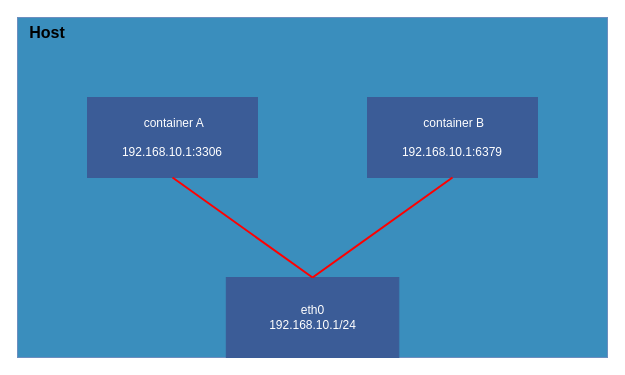
This is page "Host模式" (1 of 4) of drawio/network/Docker网络.drawio from hezhuma/image-repo, a draw.io file, before an edit. Source tidied: cells renumbered, new cells numbered last; positions are measured from the earlier drawing's top-left corner, leaving out a move shared by most shapes. Both pictures are drawn from the tidied source at 100%, with x=0, y=0 at pixel (17, 17). Pictures stored in the file or linked from it are replaced by grey dashed boxes.
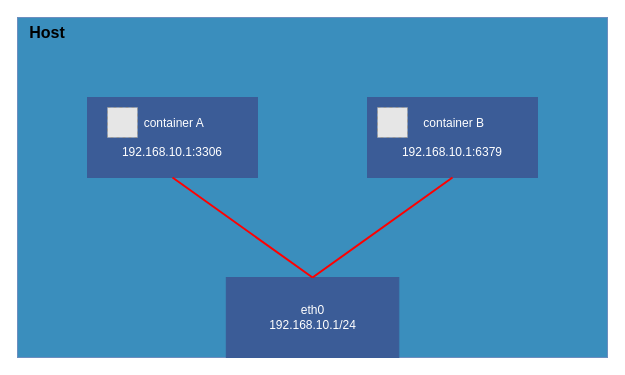
After the change.

Change to the diagram source:
```diff
@@
 <mxGraphModel>
   <root>
     <mxCell id="0" />
     <mxCell id="1" parent="0" />
     <mxCell id="2" style="rounded=0;whiteSpace=wrap;html=1;fillColor=#3A8EBD;strokeColor=#6c8ebf;" parent="1" vertex="1">
       <mxGeometry width="590" height="340" as="geometry" />
     </mxCell>
     <mxCell id="3" value="&lt;font color=&quot;#ffffff&quot;&gt;&amp;nbsp;container A&lt;br&gt;&lt;br&gt;192.168.10.1:3306&lt;/font&gt;" style="rounded=0;whiteSpace=wrap;html=1;fillColor=#3B5C97;strokeColor=#3B5C97;" parent="1" vertex="1">
       <mxGeometry x="70" y="80" width="170" height="80" as="geometry" />
     </mxCell>
     <mxCell id="4" value="&lt;font color=&quot;#ffffff&quot;&gt;&amp;nbsp;container B&lt;br&gt;&lt;br&gt;192.168.10.1:6379&lt;/font&gt;" style="rounded=0;whiteSpace=wrap;html=1;fillColor=#3B5C97;strokeColor=#3B5C97;" parent="1" vertex="1">
       <mxGeometry x="350" y="80" width="170" height="80" as="geometry" />
     </mxCell>
     <mxCell id="5" value="&lt;font color=&quot;#ffffff&quot;&gt;eth0&lt;br&gt;192.168.10.1/24&lt;/font&gt;" style="rounded=0;whiteSpace=wrap;html=1;fillColor=#3B5C97;strokeColor=#3B5C97;" parent="1" vertex="1">
       <mxGeometry x="208.8" y="260" width="172.5" height="80" as="geometry" />
     </mxCell>
     <mxCell id="6" style="endArrow=none;html=1;rounded=0;exitX=0.5;exitY=1;exitDx=0;exitDy=0;entryX=0.5;entryY=0;entryDx=0;entryDy=0;strokeWidth=2;strokeColor=#FF0000;" parent="1" edge="1" source="3" target="5">
       <mxGeometry relative="1" as="geometry" />
     </mxCell>
     <mxCell id="7" style="endArrow=none;html=1;rounded=0;exitX=0.5;exitY=1;exitDx=0;exitDy=0;entryX=0.5;entryY=0;entryDx=0;entryDy=0;strokeWidth=2;strokeColor=#FF0000;" parent="1" edge="1" source="4" target="5">
       <mxGeometry relative="1" as="geometry" />
     </mxCell>
     <mxCell id="8" value="&lt;b&gt;&lt;font style=&quot;font-size: 16px;&quot;&gt;Host&lt;/font&gt;&lt;/b&gt;" style="text;html=1;strokeColor=none;fillColor=none;align=center;verticalAlign=middle;whiteSpace=wrap;rounded=0;" parent="1" vertex="1">
       <mxGeometry width="60" height="30" as="geometry" />
     </mxCell>
+    <mxCell id="9" style="fillColor=#E6E6E6;strokeColor=#999999;dashed=1;verticalLabelPosition=bottom;labelBackgroundColor=default;verticalAlign=top;" parent="1" vertex="1">
+      <mxGeometry x="360" y="90" width="30" height="30" as="geometry" />
+    </mxCell>
+    <mxCell id="10" style="fillColor=#E6E6E6;strokeColor=#999999;dashed=1;verticalLabelPosition=bottom;labelBackgroundColor=default;verticalAlign=top;" parent="1" vertex="1">
+      <mxGeometry x="90" y="90" width="30" height="30" as="geometry" />
+    </mxCell>
   </root>
 </mxGraphModel>
```
